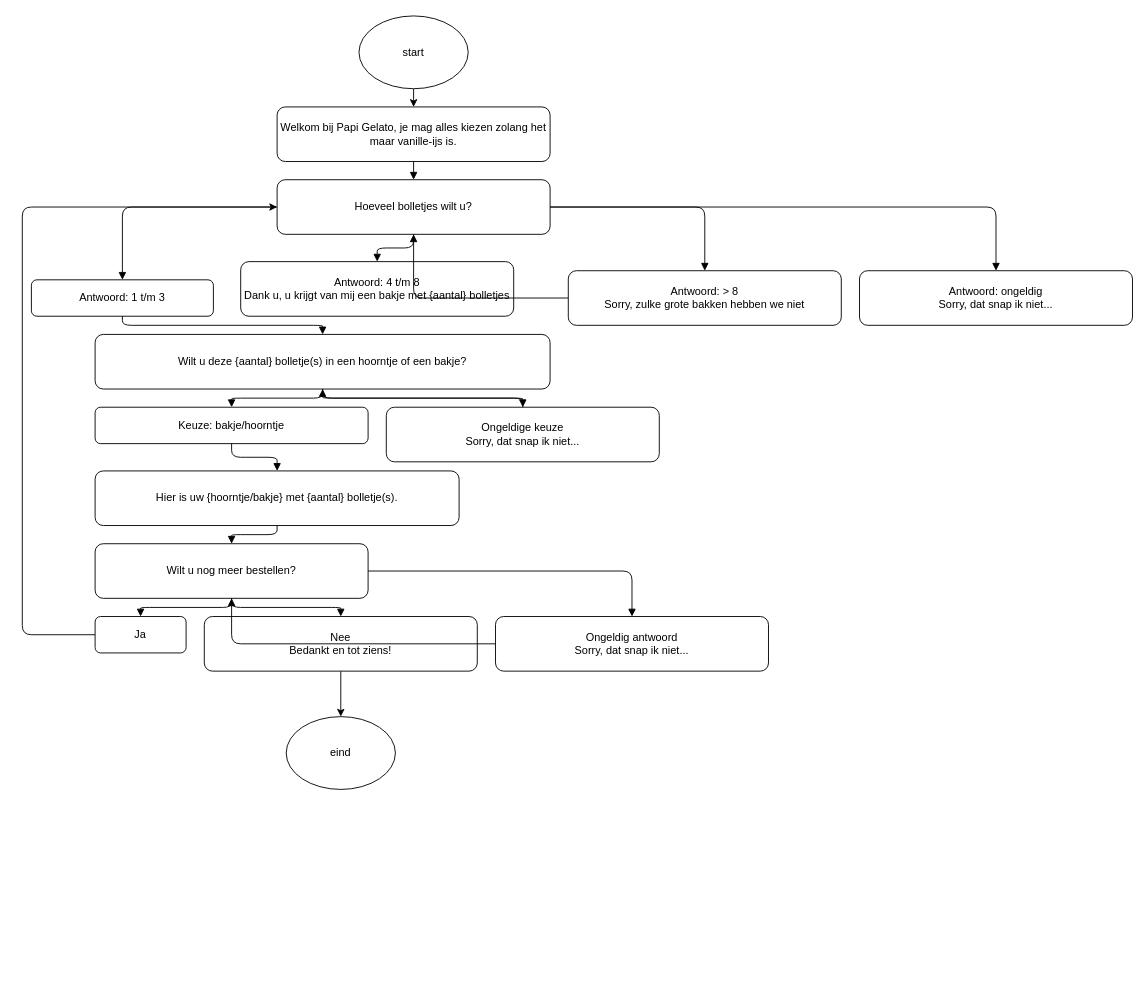
The draw.io diagram Module 6 - De vraag van een klant [w32 - w36]/Deel 1 - Op DRY ijs [w32, w33]/opracht1.drawio in Sevban38/leren_progameren, before the edit. Source tidied: cells renumbered, new cells numbered last; positions are measured from the earlier drawing's top-left corner, leaving out a move shared by most shapes. Both pictures are drawn from the tidied source at 91%, with x=0, y=0 at pixel (22, 15).
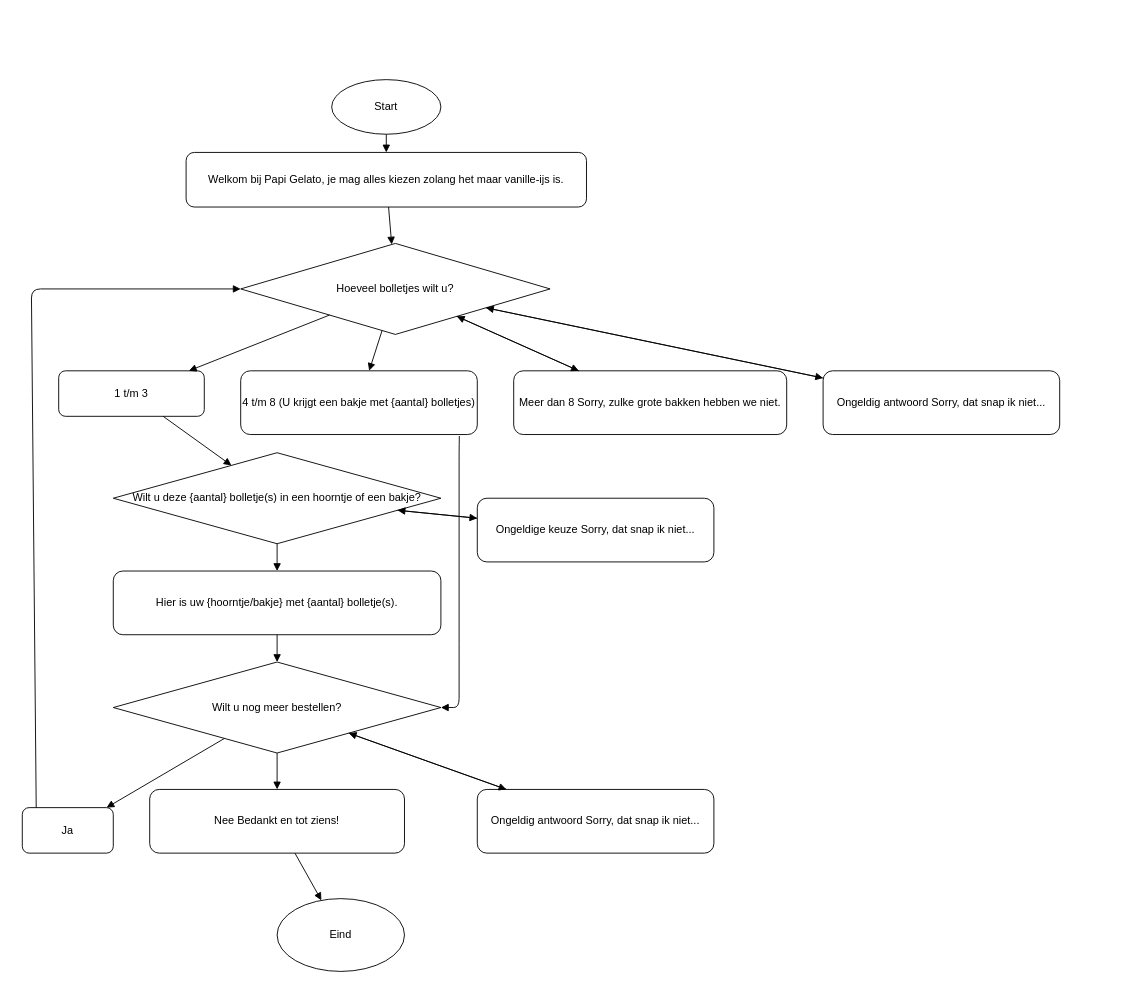
After the change.

The edit, as a diff of the source:
```diff
@@
+    <mxCell id="25" style="edgeStyle=none;html=1;exitX=0;exitY=0.5;exitDx=0;exitDy=0;entryX=0;entryY=0.5;entryDx=0;entryDy=0;" parent="1" edge="1">
+      <mxGeometry relative="1" as="geometry">
+        <mxPoint x="280" y="210" as="targetPoint" />
+        <Array as="points">
+          <mxPoint y="680" />
+          <mxPoint y="210" />
+        </Array>
+      </mxGeometry>
+    </mxCell>
+    <mxCell id="37" value="Start" style="ellipse;whiteSpace=wrap;html=1;" parent="1" vertex="1">
+      <mxGeometry x="340" y="70" width="120" height="60" as="geometry" />
+    </mxCell>
     <mxCell id="2" value="Welkom bij Papi Gelato, je mag alles kiezen zolang het maar vanille-ijs is." style="rounded=1;whiteSpace=wrap;html=1;" parent="1" vertex="1">
-      <mxGeometry x="280" y="100" width="300" height="60" as="geometry" />
+      <mxGeometry x="180" y="150" width="440" height="60" as="geometry" />
     </mxCell>
-    <mxCell id="3" value="Hoeveel bolletjes wilt u?" style="rounded=1;whiteSpace=wrap;html=1;" parent="1" vertex="1">
-      <mxGeometry x="280" y="180" width="300" height="60" as="geometry" />
+    <mxCell id="3" value="Hoeveel bolletjes wilt u?" style="rhombus;whiteSpace=wrap;html=1;" parent="1" vertex="1">
+      <mxGeometry x="240" y="250" width="340" height="100" as="geometry" />
     </mxCell>
+    <mxCell id="38" value="1 t/m 3" style="rounded=1;whiteSpace=wrap;html=1;" parent="1" vertex="1">
+      <mxGeometry x="40" y="390" width="160" height="50" as="geometry" />
+    </mxCell>
+    <mxCell id="39" value="4 t/m 8 (U krijgt een bakje met {aantal} bolletjes)" style="rounded=1;whiteSpace=wrap;html=1;" parent="1" vertex="1">
+      <mxGeometry x="240" y="390" width="260" height="70" as="geometry" />
+    </mxCell>
+    <mxCell id="40" value="Meer dan 8 Sorry, zulke grote bakken hebben we niet." style="rounded=1;whiteSpace=wrap;html=1;" parent="1" vertex="1">
+      <mxGeometry x="540" y="390" width="300" height="70" as="geometry" />
+    </mxCell>
+    <mxCell id="41" value="Ongeldig antwoord Sorry, dat snap ik niet..." style="rounded=1;whiteSpace=wrap;html=1;" parent="1" vertex="1">
+      <mxGeometry x="880" y="390" width="260" height="70" as="geometry" />
+    </mxCell>
+    <mxCell id="14" value="Wilt u deze {aantal} bolletje(s)  in een hoorntje of een bakje?" style="rhombus;whiteSpace=wrap;html=1;" parent="1" vertex="1">
+      <mxGeometry x="100" y="480" width="360" height="100" as="geometry" />
+    </mxCell>
+    <mxCell id="21" value="Hier is uw {hoorntje/bakje} met {aantal} bolletje(s)." style="rounded=1;whiteSpace=wrap;html=1;" parent="1" vertex="1">
+      <mxGeometry x="100" y="610" width="360" height="70" as="geometry" />
+    </mxCell>
+    <mxCell id="18" value="Ongeldige keuze Sorry, dat snap ik niet..." style="rounded=1;whiteSpace=wrap;html=1;" parent="1" vertex="1">
+      <mxGeometry x="500" y="530" width="260" height="70" as="geometry" />
+    </mxCell>
+    <mxCell id="23" value="Wilt u nog meer bestellen?" style="rhombus;whiteSpace=wrap;html=1;" parent="1" vertex="1">
+      <mxGeometry x="100" y="710" width="360" height="100" as="geometry" />
+    </mxCell>
+    <mxCell id="26" value="Ja" style="rounded=1;whiteSpace=wrap;html=1;" parent="1" vertex="1">
+      <mxGeometry y="870" width="100" height="50" as="geometry" />
+    </mxCell>
+    <mxCell id="29" value="Nee Bedankt en tot ziens!" style="rounded=1;whiteSpace=wrap;html=1;" parent="1" vertex="1">
+      <mxGeometry x="140" y="850" width="280" height="70" as="geometry" />
+    </mxCell>
+    <mxCell id="42" value="Ongeldig antwoord Sorry, dat snap ik niet..." style="rounded=1;whiteSpace=wrap;html=1;" parent="1" vertex="1">
+      <mxGeometry x="500" y="850" width="260" height="70" as="geometry" />
+    </mxCell>
+    <mxCell id="43" value="Eind" style="ellipse;whiteSpace=wrap;html=1;" parent="1" vertex="1">
+      <mxGeometry x="280" y="970" width="140" height="80" as="geometry" />
+    </mxCell>
+    <mxCell id="44" style="endArrow=block;html=1;" parent="1" edge="1" source="37" target="2">
+      <mxGeometry relative="1" as="geometry" />
+    </mxCell>
-    <mxCell id="4" style="edgeStyle=orthogonalEdgeStyle;rounded=1;html=1;endArrow=block;" parent="1" edge="1" source="2" target="3">
+    <mxCell id="4" style="endArrow=block;html=1;" parent="1" edge="1" source="2" target="3">
       <mxGeometry relative="1" as="geometry" />
     </mxCell>
-    <mxCell id="5" value="Antwoord: 1 t/m 3" style="rounded=1;whiteSpace=wrap;html=1;" parent="1" vertex="1">
-      <mxGeometry x="10" y="290" width="200" height="40" as="geometry" />
-    </mxCell>
-    <mxCell id="6" style="edgeStyle=orthogonalEdgeStyle;rounded=1;html=1;endArrow=block;" parent="1" edge="1" source="3" target="5">
-      <mxGeometry relative="1" as="geometry" />
-    </mxCell>
-    <mxCell id="7" value="Antwoord: 4 t/m 8&#10;Dank u, u krijgt van mij een bakje met {aantal} bolletjes" style="rounded=1;whiteSpace=wrap;html=1;" parent="1" vertex="1">
-      <mxGeometry x="240" y="270" width="300" height="60" as="geometry" />
-    </mxCell>
-    <mxCell id="8" style="edgeStyle=orthogonalEdgeStyle;rounded=1;html=1;endArrow=block;" parent="1" edge="1" source="3" target="7">
-      <mxGeometry relative="1" as="geometry" />
-    </mxCell>
-    <mxCell id="9" value="Antwoord: &gt; 8&#10;Sorry, zulke grote bakken hebben we niet" style="rounded=1;whiteSpace=wrap;html=1;" parent="1" vertex="1">
-      <mxGeometry x="600" y="280" width="300" height="60" as="geometry" />
-    </mxCell>
-    <mxCell id="10" style="edgeStyle=orthogonalEdgeStyle;rounded=1;html=1;endArrow=block;" parent="1" edge="1" source="3" target="9">
-      <mxGeometry relative="1" as="geometry" />
-    </mxCell>
-    <mxCell id="11" style="edgeStyle=orthogonalEdgeStyle;rounded=1;html=1;endArrow=block;" parent="1" edge="1" source="9" target="3">
-      <mxGeometry relative="1" as="geometry" />
-    </mxCell>
-    <mxCell id="12" value="Antwoord: ongeldig&#10;Sorry, dat snap ik niet..." style="rounded=1;whiteSpace=wrap;html=1;" parent="1" vertex="1">
-      <mxGeometry x="920" y="280" width="300" height="60" as="geometry" />
-    </mxCell>
-    <mxCell id="13" style="edgeStyle=orthogonalEdgeStyle;rounded=1;html=1;endArrow=block;" parent="1" edge="1" source="3" target="12">
-      <mxGeometry relative="1" as="geometry" />
-    </mxCell>
-    <mxCell id="14" value="Wilt u deze {aantal} bolletje(s) in een hoorntje of een bakje?" style="rounded=1;whiteSpace=wrap;html=1;" parent="1" vertex="1">
-      <mxGeometry x="80" y="350" width="500" height="60" as="geometry" />
-    </mxCell>
-    <mxCell id="15" style="edgeStyle=orthogonalEdgeStyle;rounded=1;html=1;endArrow=block;" parent="1" edge="1" source="5" target="14">
-      <mxGeometry relative="1" as="geometry" />
-    </mxCell>
-    <mxCell id="16" value="Keuze: bakje/hoorntje" style="rounded=1;whiteSpace=wrap;html=1;" parent="1" vertex="1">
-      <mxGeometry x="80" y="430" width="300" height="40" as="geometry" />
-    </mxCell>
-    <mxCell id="17" style="edgeStyle=orthogonalEdgeStyle;rounded=1;html=1;endArrow=block;" parent="1" edge="1" source="14" target="16">
-      <mxGeometry relative="1" as="geometry" />
-    </mxCell>
-    <mxCell id="18" value="Ongeldige keuze&#10;Sorry, dat snap ik niet..." style="rounded=1;whiteSpace=wrap;html=1;" parent="1" vertex="1">
-      <mxGeometry x="400" y="430" width="300" height="60" as="geometry" />
-    </mxCell>
+    <mxCell id="45" style="endArrow=block;html=1;" parent="1" edge="1" source="3" target="38">
+      <mxGeometry relative="1" as="geometry" />
+    </mxCell>
+    <mxCell id="46" style="endArrow=block;html=1;" parent="1" edge="1" source="3" target="39">
+      <mxGeometry relative="1" as="geometry" />
+    </mxCell>
+    <mxCell id="47" style="endArrow=block;html=1;" parent="1" edge="1" source="3" target="40">
+      <mxGeometry relative="1" as="geometry" />
+    </mxCell>
+    <mxCell id="48" style="endArrow=block;html=1;" parent="1" edge="1" source="3" target="41">
+      <mxGeometry relative="1" as="geometry" />
+    </mxCell>
+    <mxCell id="49" style="endArrow=block;html=1;" parent="1" edge="1" source="38" target="14">
+      <mxGeometry relative="1" as="geometry" />
+    </mxCell>
+    <mxCell id="50" style="endArrow=block;html=1;exitX=0.924;exitY=1.024;exitDx=0;exitDy=0;exitPerimeter=0;" parent="1" edge="1" source="39" target="23">
+      <mxGeometry relative="1" as="geometry">
+        <Array as="points">
+          <mxPoint x="480" y="480" />
+          <mxPoint x="480" y="700" />
+          <mxPoint x="480" y="760" />
+        </Array>
+      </mxGeometry>
+    </mxCell>
+    <mxCell id="51" style="endArrow=block;html=1;" parent="1" edge="1" source="40" target="3">
+      <mxGeometry relative="1" as="geometry" />
+    </mxCell>
+    <mxCell id="52" style="endArrow=block;html=1;" parent="1" edge="1" source="41" target="3">
+      <mxGeometry relative="1" as="geometry" />
+    </mxCell>
+    <mxCell id="53" style="endArrow=block;html=1;" parent="1" edge="1" source="14" target="21">
+      <mxGeometry relative="1" as="geometry" />
+    </mxCell>
-    <mxCell id="19" style="edgeStyle=orthogonalEdgeStyle;rounded=1;html=1;endArrow=block;" parent="1" edge="1" source="14" target="18">
+    <mxCell id="19" style="endArrow=block;html=1;" parent="1" edge="1" source="14" target="18">
       <mxGeometry relative="1" as="geometry" />
     </mxCell>
-    <mxCell id="20" style="edgeStyle=orthogonalEdgeStyle;rounded=1;html=1;endArrow=block;" parent="1" edge="1" source="18" target="14">
+    <mxCell id="20" style="endArrow=block;html=1;" parent="1" edge="1" source="18" target="14">
       <mxGeometry relative="1" as="geometry" />
     </mxCell>
-    <mxCell id="21" value="Hier is uw {hoorntje/bakje} met {aantal} bolletje(s)." style="rounded=1;whiteSpace=wrap;html=1;" parent="1" vertex="1">
-      <mxGeometry x="80" y="500" width="400" height="60" as="geometry" />
-    </mxCell>
-    <mxCell id="22" style="edgeStyle=orthogonalEdgeStyle;rounded=1;html=1;endArrow=block;" parent="1" edge="1" source="16" target="21">
-      <mxGeometry relative="1" as="geometry" />
-    </mxCell>
-    <mxCell id="23" value="Wilt u nog meer bestellen?" style="rounded=1;whiteSpace=wrap;html=1;" parent="1" vertex="1">
-      <mxGeometry x="80" y="580" width="300" height="60" as="geometry" />
-    </mxCell>
-    <mxCell id="24" style="edgeStyle=orthogonalEdgeStyle;rounded=1;html=1;endArrow=block;" parent="1" edge="1" source="21" target="23">
+    <mxCell id="24" style="endArrow=block;html=1;" parent="1" edge="1" source="21" target="23">
       <mxGeometry relative="1" as="geometry" />
     </mxCell>
-    <mxCell id="25" style="edgeStyle=none;html=1;exitX=0;exitY=0.5;exitDx=0;exitDy=0;entryX=0;entryY=0.5;entryDx=0;entryDy=0;" parent="1" edge="1" source="26" target="3">
-      <mxGeometry relative="1" as="geometry">
-        <Array as="points">
-          <mxPoint y="680" />
-          <mxPoint y="210" />
-        </Array>
-      </mxGeometry>
-    </mxCell>
-    <mxCell id="26" value="Ja" style="rounded=1;whiteSpace=wrap;html=1;" parent="1" vertex="1">
-      <mxGeometry x="80" y="660" width="100" height="40" as="geometry" />
-    </mxCell>
-    <mxCell id="27" style="edgeStyle=orthogonalEdgeStyle;rounded=1;html=1;endArrow=block;" parent="1" edge="1" source="23" target="26">
+    <mxCell id="27" style="endArrow=block;html=1;" parent="1" edge="1" source="23" target="26">
       <mxGeometry relative="1" as="geometry" />
     </mxCell>
-    <mxCell id="28" style="edgeStyle=none;html=1;exitX=0.5;exitY=1;exitDx=0;exitDy=0;entryX=0.5;entryY=0;entryDx=0;entryDy=0;" parent="1" edge="1" source="29" target="34">
-      <mxGeometry relative="1" as="geometry" />
-    </mxCell>
-    <mxCell id="29" value="Nee&#10;Bedankt en tot ziens!" style="rounded=1;whiteSpace=wrap;html=1;" parent="1" vertex="1">
-      <mxGeometry x="200" y="660" width="300" height="60" as="geometry" />
-    </mxCell>
-    <mxCell id="30" style="edgeStyle=orthogonalEdgeStyle;rounded=1;html=1;endArrow=block;" parent="1" edge="1" source="23" target="29">
+    <mxCell id="30" style="endArrow=block;html=1;" parent="1" edge="1" source="23" target="29">
       <mxGeometry relative="1" as="geometry" />
     </mxCell>
-    <mxCell id="31" value="Ongeldig antwoord&#10;Sorry, dat snap ik niet..." style="rounded=1;whiteSpace=wrap;html=1;" parent="1" vertex="1">
-      <mxGeometry x="520" y="660" width="300" height="60" as="geometry" />
-    </mxCell>
-    <mxCell id="32" style="edgeStyle=orthogonalEdgeStyle;rounded=1;html=1;endArrow=block;" parent="1" edge="1" source="23" target="31">
-      <mxGeometry relative="1" as="geometry" />
-    </mxCell>
-    <mxCell id="33" style="edgeStyle=orthogonalEdgeStyle;rounded=1;html=1;endArrow=block;" parent="1" edge="1" source="31" target="23">
-      <mxGeometry relative="1" as="geometry" />
-    </mxCell>
-    <mxCell id="34" value="eind" style="ellipse;whiteSpace=wrap;html=1;" parent="1" vertex="1">
-      <mxGeometry x="290" y="770" width="120" height="80" as="geometry" />
-    </mxCell>
-    <mxCell id="35" style="edgeStyle=none;html=1;exitX=0.5;exitY=1;exitDx=0;exitDy=0;entryX=0.5;entryY=0;entryDx=0;entryDy=0;" parent="1" edge="1" source="36" target="2">
-      <mxGeometry relative="1" as="geometry" />
-    </mxCell>
-    <mxCell id="36" value="start" style="ellipse;whiteSpace=wrap;html=1;" parent="1" vertex="1">
-      <mxGeometry x="370" width="120" height="80" as="geometry" />
-    </mxCell>
+    <mxCell id="54" style="endArrow=block;html=1;" parent="1" edge="1" source="23" target="42">
+      <mxGeometry relative="1" as="geometry" />
+    </mxCell>
+    <mxCell id="55" style="endArrow=block;html=1;" parent="1" edge="1" source="42" target="23">
+      <mxGeometry relative="1" as="geometry" />
+    </mxCell>
+    <mxCell id="56" style="endArrow=block;html=1;exitX=0.153;exitY=0;exitDx=0;exitDy=0;exitPerimeter=0;" parent="1" edge="1" source="26" target="3">
+      <mxGeometry relative="1" as="geometry">
+        <Array as="points">
+          <mxPoint x="10" y="300" />
+        </Array>
+      </mxGeometry>
+    </mxCell>
+    <mxCell id="57" style="endArrow=block;html=1;" parent="1" edge="1" source="29" target="43">
+      <mxGeometry relative="1" as="geometry" />
+    </mxCell>
```
